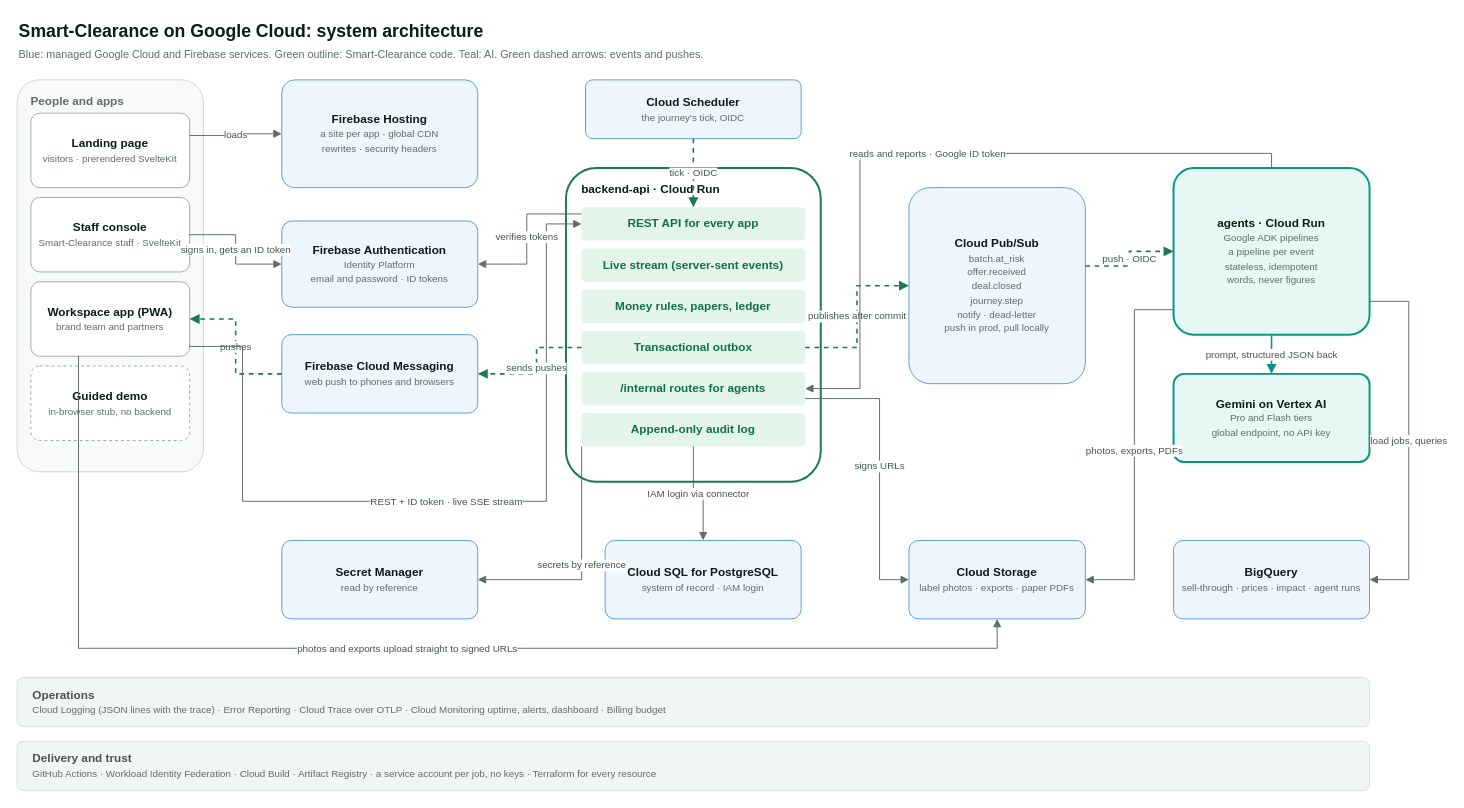
aibuilder2026/smart-clearance keeps this draw.io diagram as page "System architecture" (1 of 3) of docs/smart-clearance-architecture.drawio. Above is the earlier version. Source tidied: cells renumbered, new cells numbered last; positions are measured from the earlier drawing's top-left corner, leaving out a move shared by most shapes. Both pictures are drawn from the tidied source at 98%, with x=0, y=0 at pixel (17, 17).
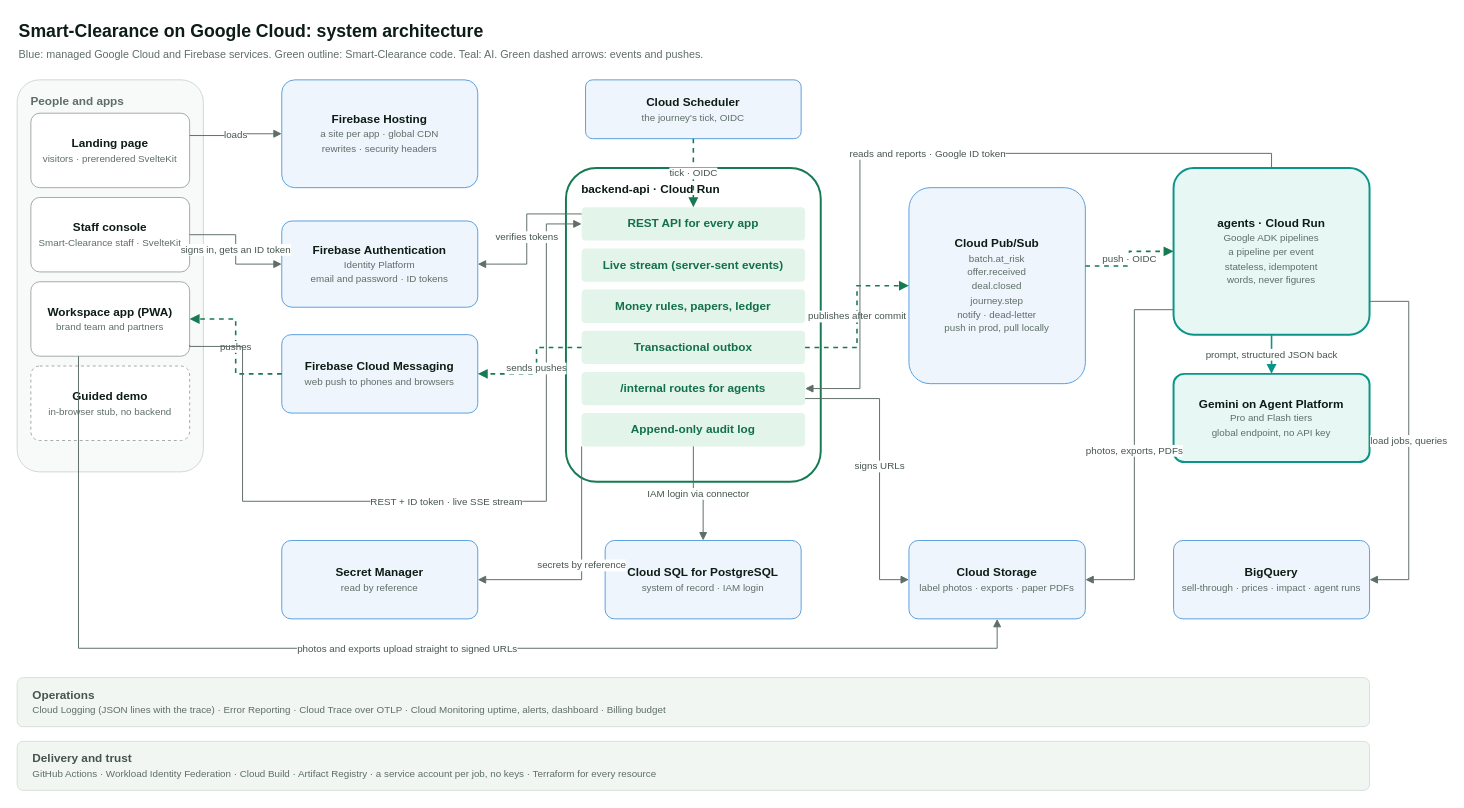
After the change.

Diff of the diagram source:
```diff
@@
-    <mxCell id="22" value="&lt;b&gt;Gemini on Vertex AI&lt;/b&gt;&lt;br&gt;&lt;font style=&quot;font-size:10px&quot; color=&quot;#5f6e67&quot;&gt;Pro and Flash tiers&lt;br&gt;global endpoint, no API key&lt;/font&gt;" style="rounded=1;whiteSpace=wrap;html=1;arcSize=12;fontFamily=Helvetica;fontSize=12;fillColor=#e6f7f4;strokeColor=#0d9488;strokeWidth=2;fontColor=#0d1c15;" parent="1" vertex="1">
+    <mxCell id="22" value="&lt;b&gt;Gemini on Agent Platform&lt;/b&gt;&lt;br&gt;&lt;font style=&quot;font-size:10px&quot; color=&quot;#5f6e67&quot;&gt;Pro and Flash tiers&lt;br&gt;global endpoint, no API key&lt;/font&gt;" style="rounded=1;whiteSpace=wrap;html=1;arcSize=12;fontFamily=Helvetica;fontSize=12;fillColor=#e6f7f4;strokeColor=#0d9488;strokeWidth=2;fontColor=#0d1c15;" parent="1" vertex="1">
       <mxGeometry x="1180" y="364" width="200" height="90" as="geometry" />
     </mxCell>
```
